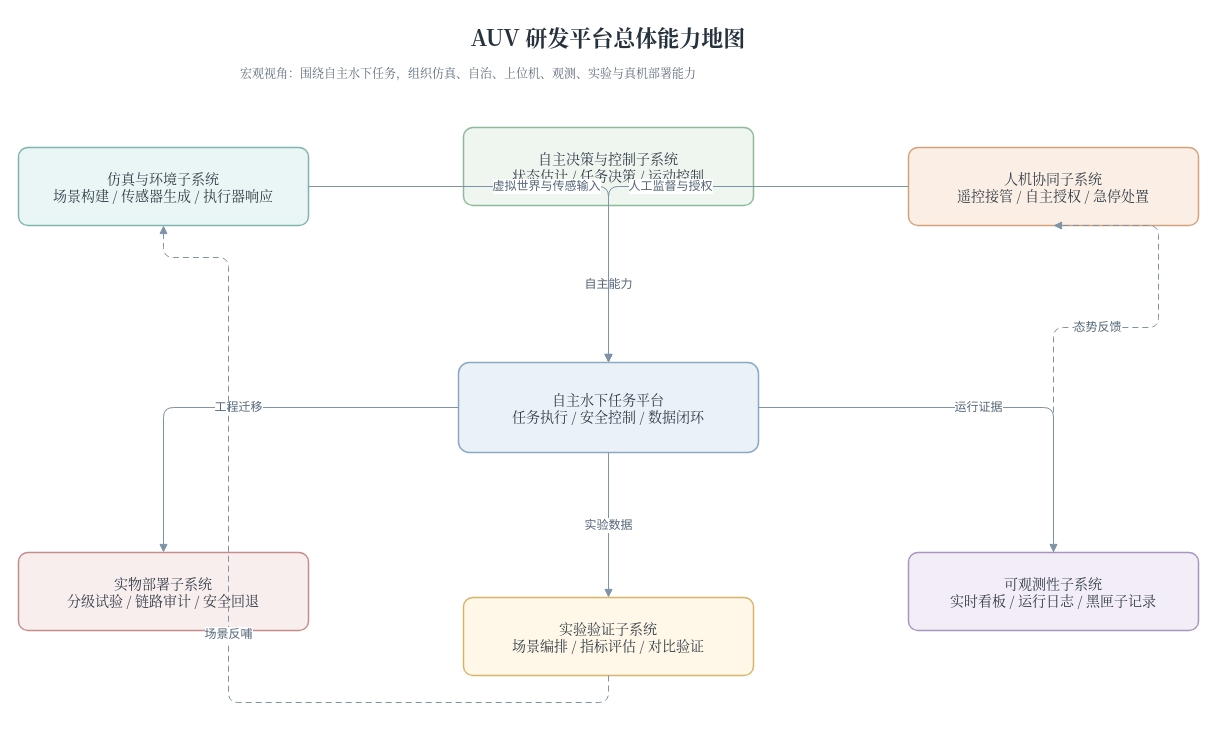
Above: docs/thesis/figures/architecture/auv_system_capability_map.drawio in 360ZMEM/AUV-Master-Project (draw.io), before the change. Source tidied: cells renumbered, new cells numbered last; positions are measured from the earlier drawing's top-left corner, leaving out a move shared by most shapes. Both pictures are drawn from the tidied source at 100%, with x=0, y=0 at pixel (18, 17).
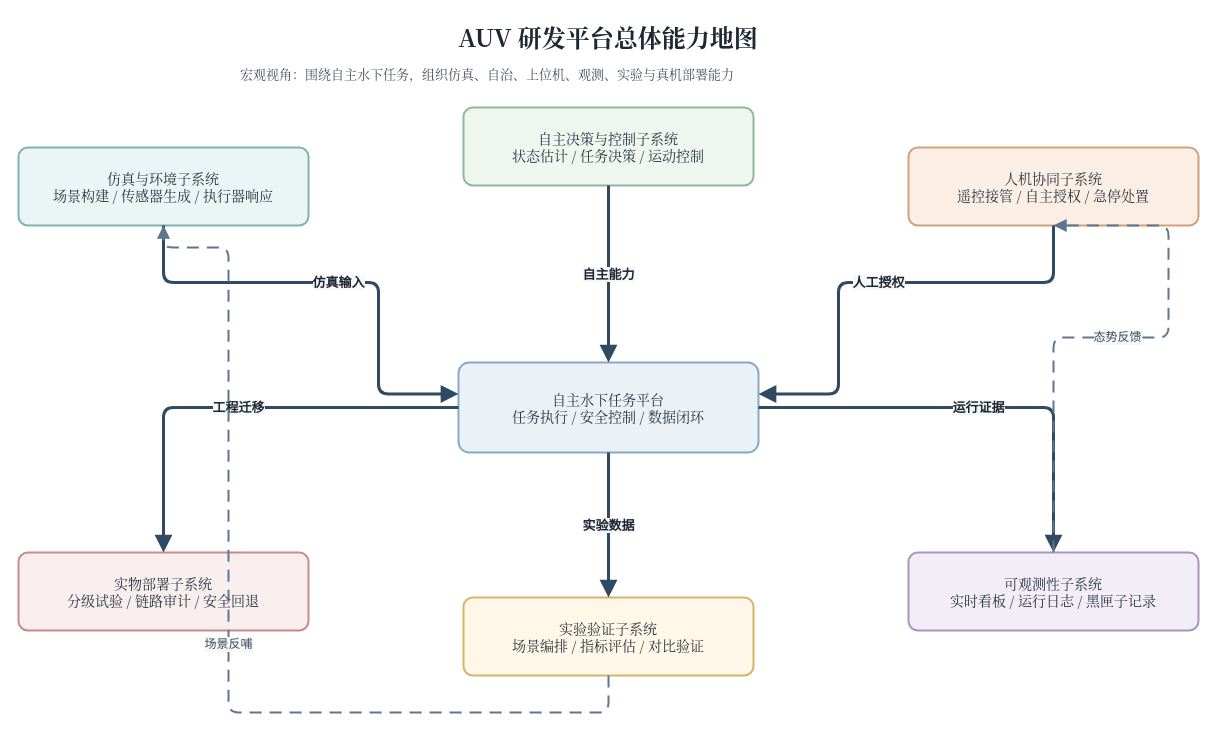
Above is the later version.

Change to the diagram source:
```diff
@@
-    <mxCell id="2" value="AUV 研发平台总体能力地图" style="text;html=1;strokeColor=none;fillColor=none;align=center;verticalAlign=middle;whiteSpace=wrap;rounded=0;fontFamily=Noto Serif CJK SC,Times New Roman;fontSize=22;fontStyle=1;fontColor=#26323D;" parent="1" vertex="1">
+    <mxCell id="2" value="AUV 研发平台总体能力地图" style="text;html=1;strokeColor=none;fillColor=none;align=center;verticalAlign=middle;whiteSpace=wrap;rounded=0;fontFamily=Noto Serif CJK SC,Times New Roman;fontSize=24;fontStyle=1;fontColor=#1E2732;" parent="1" vertex="1">
       <mxGeometry x="240" width="700" height="40" as="geometry" />
     </mxCell>
-    <mxCell id="3" value="宏观视角：围绕自主水下任务，组织仿真、自治、上位机、观测、实验与真机部署能力" style="text;html=1;strokeColor=none;fillColor=none;align=left;verticalAlign=top;whiteSpace=wrap;rounded=0;fontFamily=Noto Serif CJK SC,Times New Roman;fontSize=12;fontColor=#5C6B7A;" parent="1" vertex="1">
+    <mxCell id="3" value="宏观视角：围绕自主水下任务，组织仿真、自治、上位机、观测、实验与真机部署能力" style="text;html=1;strokeColor=none;fillColor=none;align=left;verticalAlign=top;whiteSpace=wrap;rounded=0;fontFamily=Noto Serif CJK SC,Times New Roman;fontSize=13;fontColor=#43525F;" parent="1" vertex="1">
       <mxGeometry x="220" y="42" width="760" height="34" as="geometry" />
     </mxCell>
-    <mxCell id="4" value="自主水下任务平台&#10;任务执行 / 安全控制 / 数据闭环" style="rounded=1;whiteSpace=wrap;html=1;arcSize=12;fillColor=#EAF2F8;strokeColor=#8AA9C4;strokeWidth=1.5;spacing=8;fontFamily=Noto Serif CJK SC,Times New Roman;fontSize=14;fontColor=#2F3A45;" parent="1" vertex="1">
+    <mxCell id="4" value="自主水下任务平台&#10;任务执行 / 安全控制 / 数据闭环" style="rounded=1;whiteSpace=wrap;html=1;arcSize=12;fillColor=#EAF2F8;strokeColor=#8AA9C4;strokeWidth=2;spacing=8;shadow=0;fontFamily=Noto Serif CJK SC,Times New Roman;fontSize=14;fontColor=#26323D;" parent="1" vertex="1">
       <mxGeometry x="440" y="345" width="300" height="90" as="geometry" />
     </mxCell>
-    <mxCell id="5" value="仿真与环境子系统&#10;场景构建 / 传感器生成 / 执行器响应" style="rounded=1;whiteSpace=wrap;html=1;arcSize=12;fillColor=#EAF6F5;strokeColor=#80B4AF;strokeWidth=1.5;spacing=8;fontFamily=Noto Serif CJK SC,Times New Roman;fontSize=14;fontColor=#2F3A45;" parent="1" vertex="1">
+    <mxCell id="5" value="仿真与环境子系统&#10;场景构建 / 传感器生成 / 执行器响应" style="rounded=1;whiteSpace=wrap;html=1;arcSize=12;fillColor=#EAF6F5;strokeColor=#80B4AF;strokeWidth=2;spacing=8;shadow=0;fontFamily=Noto Serif CJK SC,Times New Roman;fontSize=14;fontColor=#26323D;" parent="1" vertex="1">
       <mxGeometry y="130" width="290" height="78" as="geometry" />
     </mxCell>
-    <mxCell id="6" value="自主决策与控制子系统&#10;状态估计 / 任务决策 / 运动控制" style="rounded=1;whiteSpace=wrap;html=1;arcSize=12;fillColor=#EEF6EF;strokeColor=#8DBA98;strokeWidth=1.5;spacing=8;fontFamily=Noto Serif CJK SC,Times New Roman;fontSize=14;fontColor=#2F3A45;" parent="1" vertex="1">
-      <mxGeometry x="445" y="110" width="290" height="78" as="geometry" />
+    <mxCell id="6" value="自主决策与控制子系统&#10;状态估计 / 任务决策 / 运动控制" style="rounded=1;whiteSpace=wrap;html=1;arcSize=12;fillColor=#EEF6EF;strokeColor=#8DBA98;strokeWidth=2;spacing=8;shadow=0;fontFamily=Noto Serif CJK SC,Times New Roman;fontSize=14;fontColor=#26323D;" parent="1" vertex="1">
+      <mxGeometry x="445" y="90" width="290" height="78" as="geometry" />
     </mxCell>
-    <mxCell id="7" value="人机协同子系统&#10;遥控接管 / 自主授权 / 急停处置" style="rounded=1;whiteSpace=wrap;html=1;arcSize=12;fillColor=#FBEFE5;strokeColor=#D4A17B;strokeWidth=1.5;spacing=8;fontFamily=Noto Serif CJK SC,Times New Roman;fontSize=14;fontColor=#2F3A45;" parent="1" vertex="1">
+    <mxCell id="7" value="人机协同子系统&#10;遥控接管 / 自主授权 / 急停处置" style="rounded=1;whiteSpace=wrap;html=1;arcSize=12;fillColor=#FBEFE5;strokeColor=#D4A17B;strokeWidth=2;spacing=8;shadow=0;fontFamily=Noto Serif CJK SC,Times New Roman;fontSize=14;fontColor=#26323D;" parent="1" vertex="1">
       <mxGeometry x="890" y="130" width="290" height="78" as="geometry" />
     </mxCell>
-    <mxCell id="8" value="可观测性子系统&#10;实时看板 / 运行日志 / 黑匣子记录" style="rounded=1;whiteSpace=wrap;html=1;arcSize=12;fillColor=#F2EDF7;strokeColor=#A996C0;strokeWidth=1.5;spacing=8;fontFamily=Noto Serif CJK SC,Times New Roman;fontSize=14;fontColor=#2F3A45;" parent="1" vertex="1">
+    <mxCell id="8" value="可观测性子系统&#10;实时看板 / 运行日志 / 黑匣子记录" style="rounded=1;whiteSpace=wrap;html=1;arcSize=12;fillColor=#F2EDF7;strokeColor=#A996C0;strokeWidth=2;spacing=8;shadow=0;fontFamily=Noto Serif CJK SC,Times New Roman;fontSize=14;fontColor=#26323D;" parent="1" vertex="1">
       <mxGeometry x="890" y="535" width="290" height="78" as="geometry" />
     </mxCell>
-    <mxCell id="9" value="实验验证子系统&#10;场景编排 / 指标评估 / 对比验证" style="rounded=1;whiteSpace=wrap;html=1;arcSize=12;fillColor=#FFF7E8;strokeColor=#D8B46A;strokeWidth=1.5;spacing=8;fontFamily=Noto Serif CJK SC,Times New Roman;fontSize=14;fontColor=#2F3A45;" parent="1" vertex="1">
+    <mxCell id="9" value="实验验证子系统&#10;场景编排 / 指标评估 / 对比验证" style="rounded=1;whiteSpace=wrap;html=1;arcSize=12;fillColor=#FFF7E8;strokeColor=#D8B46A;strokeWidth=2;spacing=8;shadow=0;fontFamily=Noto Serif CJK SC,Times New Roman;fontSize=14;fontColor=#26323D;" parent="1" vertex="1">
       <mxGeometry x="445" y="580" width="290" height="78" as="geometry" />
     </mxCell>
-    <mxCell id="10" value="实物部署子系统&#10;分级试验 / 链路审计 / 安全回退" style="rounded=1;whiteSpace=wrap;html=1;arcSize=12;fillColor=#F8EEEE;strokeColor=#C68C8C;strokeWidth=1.5;spacing=8;fontFamily=Noto Serif CJK SC,Times New Roman;fontSize=14;fontColor=#2F3A45;" parent="1" vertex="1">
+    <mxCell id="10" value="实物部署子系统&#10;分级试验 / 链路审计 / 安全回退" style="rounded=1;whiteSpace=wrap;html=1;arcSize=12;fillColor=#F8EEEE;strokeColor=#C68C8C;strokeWidth=2;spacing=8;shadow=0;fontFamily=Noto Serif CJK SC,Times New Roman;fontSize=14;fontColor=#26323D;" parent="1" vertex="1">
       <mxGeometry y="535" width="290" height="78" as="geometry" />
     </mxCell>
-    <mxCell id="11" value="虚拟世界与传感输入" style="edgeStyle=orthogonalEdgeStyle;rounded=1;jettySize=auto;html=1;strokeColor=#7E93A8;fontColor=#536577;fontSize=12;endArrow=block;endFill=1;exitX=1;entryX=0;" parent="1" edge="1" source="5" target="4">
-      <mxGeometry relative="1" as="geometry" />
+    <mxCell id="11" value="仿真输入" style="edgeStyle=orthogonalEdgeStyle;rounded=1;jettySize=auto;html=1;strokeColor=#2F4A63;fontColor=#1E2732;fontSize=13;fontStyle=1;strokeWidth=3;labelBackgroundColor=#F6F7F8;labelBorderColor=none;endArrow=block;endFill=1;endSize=10;exitX=0.5;exitY=1;entryX=0;entryY=0.35;" parent="1" edge="1" source="5" target="4">
+      <mxGeometry relative="1" as="geometry">
+        <Array as="points">
+          <mxPoint x="145" y="265" />
+          <mxPoint x="360" y="390" />
+        </Array>
+      </mxGeometry>
     </mxCell>
-    <mxCell id="12" value="自主能力" style="edgeStyle=orthogonalEdgeStyle;rounded=1;jettySize=auto;html=1;strokeColor=#7E93A8;fontColor=#536577;fontSize=12;endArrow=block;endFill=1;exitX=0.5;exitY=1;entryX=0.5;entryY=0;" parent="1" edge="1" source="6" target="4">
+    <mxCell id="12" value="自主能力" style="edgeStyle=orthogonalEdgeStyle;rounded=1;jettySize=auto;html=1;strokeColor=#2F4A63;fontColor=#1E2732;fontSize=13;fontStyle=1;strokeWidth=3;labelBackgroundColor=#F6F7F8;labelBorderColor=none;endArrow=block;endFill=1;endSize=10;exitX=0.5;exitY=1;entryX=0.5;entryY=0;" parent="1" edge="1" source="6" target="4">
       <mxGeometry relative="1" as="geometry" />
     </mxCell>
-    <mxCell id="13" value="人工监督与授权" style="edgeStyle=orthogonalEdgeStyle;rounded=1;jettySize=auto;html=1;strokeColor=#7E93A8;fontColor=#536577;fontSize=12;endArrow=block;endFill=1;exitX=0;entryX=1;" parent="1" edge="1" source="7" target="4">
-      <mxGeometry relative="1" as="geometry" />
+    <mxCell id="13" value="人工授权" style="edgeStyle=orthogonalEdgeStyle;rounded=1;jettySize=auto;html=1;strokeColor=#2F4A63;fontColor=#1E2732;fontSize=13;fontStyle=1;strokeWidth=3;labelBackgroundColor=#F6F7F8;labelBorderColor=none;endArrow=block;endFill=1;endSize=10;exitX=0.5;exitY=1;entryX=1;entryY=0.35;" parent="1" edge="1" source="7" target="4">
+      <mxGeometry relative="1" as="geometry">
+        <Array as="points">
+          <mxPoint x="1035" y="265" />
+          <mxPoint x="820" y="390" />
+        </Array>
+      </mxGeometry>
     </mxCell>
-    <mxCell id="14" value="运行证据" style="edgeStyle=orthogonalEdgeStyle;rounded=1;jettySize=auto;html=1;strokeColor=#7E93A8;fontColor=#536577;fontSize=12;endArrow=block;endFill=1;exitX=1;entryX=0;" parent="1" edge="1" source="4" target="8">
+    <mxCell id="14" value="运行证据" style="edgeStyle=orthogonalEdgeStyle;rounded=1;jettySize=auto;html=1;strokeColor=#2F4A63;fontColor=#1E2732;fontSize=13;fontStyle=1;strokeWidth=3;labelBackgroundColor=#F6F7F8;labelBorderColor=none;endArrow=block;endFill=1;endSize=10;exitX=1;entryX=0;" parent="1" edge="1" source="4" target="8">
       <mxGeometry relative="1" as="geometry" />
     </mxCell>
-    <mxCell id="15" value="实验数据" style="edgeStyle=orthogonalEdgeStyle;rounded=1;jettySize=auto;html=1;strokeColor=#7E93A8;fontColor=#536577;fontSize=12;endArrow=block;endFill=1;exitX=0.5;exitY=1;entryX=0.5;entryY=0;" parent="1" edge="1" source="4" target="9">
+    <mxCell id="15" value="实验数据" style="edgeStyle=orthogonalEdgeStyle;rounded=1;jettySize=auto;html=1;strokeColor=#2F4A63;fontColor=#1E2732;fontSize=13;fontStyle=1;strokeWidth=3;labelBackgroundColor=#F6F7F8;labelBorderColor=none;endArrow=block;endFill=1;endSize=10;exitX=0.5;exitY=1;entryX=0.5;entryY=0;" parent="1" edge="1" source="4" target="9">
       <mxGeometry relative="1" as="geometry" />
     </mxCell>
-    <mxCell id="16" value="工程迁移" style="edgeStyle=orthogonalEdgeStyle;rounded=1;jettySize=auto;html=1;strokeColor=#7E93A8;fontColor=#536577;fontSize=12;endArrow=block;endFill=1;exitX=0;entryX=1;" parent="1" edge="1" source="4" target="10">
+    <mxCell id="16" value="工程迁移" style="edgeStyle=orthogonalEdgeStyle;rounded=1;jettySize=auto;html=1;strokeColor=#2F4A63;fontColor=#1E2732;fontSize=13;fontStyle=1;strokeWidth=3;labelBackgroundColor=#F6F7F8;labelBorderColor=none;endArrow=block;endFill=1;endSize=10;exitX=0;entryX=1;" parent="1" edge="1" source="4" target="10">
       <mxGeometry relative="1" as="geometry" />
     </mxCell>
-    <mxCell id="17" value="场景反哺" style="edgeStyle=orthogonalEdgeStyle;rounded=1;jettySize=auto;html=1;strokeColor=#7E93A8;fontColor=#536577;fontSize=12;endArrow=block;endFill=1;dashed=1;dashPattern=6 4;exitX=0;entryX=0.5;entryY=1;" parent="1" edge="1" source="9" target="5">
+    <mxCell id="17" value="场景反哺" style="edgeStyle=orthogonalEdgeStyle;rounded=1;jettySize=auto;html=1;strokeColor=#5F7690;fontColor=#3B4A57;fontSize=12;strokeWidth=2;labelBackgroundColor=#F6F7F8;labelBorderColor=none;endArrow=block;endFill=1;endSize=8;dashed=1;dashPattern=6 4;exitX=0;entryX=0.5;entryY=1;" parent="1" edge="1" source="9" target="5">
       <mxGeometry relative="1" as="geometry">
         <Array as="points">
-          <mxPoint x="210" y="685" />
-          <mxPoint x="210" y="240" />
+          <mxPoint x="210" y="695" />
+          <mxPoint x="210" y="230" />
         </Array>
       </mxGeometry>
     </mxCell>
-    <mxCell id="18" value="态势反馈" style="edgeStyle=orthogonalEdgeStyle;rounded=1;jettySize=auto;html=1;strokeColor=#7E93A8;fontColor=#536577;fontSize=12;endArrow=block;endFill=1;dashed=1;dashPattern=6 4;exitX=0.5;exitY=0;entryX=0.5;entryY=1;" parent="1" edge="1" source="8" target="7">
+    <mxCell id="18" value="态势反馈" style="edgeStyle=orthogonalEdgeStyle;rounded=1;jettySize=auto;html=1;strokeColor=#5F7690;fontColor=#3B4A57;fontSize=12;strokeWidth=2;labelBackgroundColor=#F6F7F8;labelBorderColor=none;endArrow=block;endFill=1;endSize=8;dashed=1;dashPattern=6 4;exitX=0.5;exitY=0;entryX=0.5;entryY=1;" parent="1" edge="1" source="8" target="7">
       <mxGeometry relative="1" as="geometry">
         <Array as="points">
-          <mxPoint x="1140" y="310" />
+          <mxPoint x="1150" y="320" />
         </Array>
       </mxGeometry>
     </mxCell>
```
